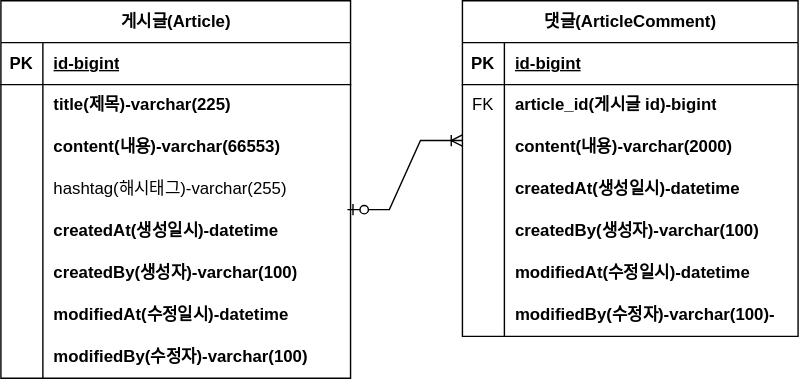
Above: document/제목 없는 다이어그램.drawio.svg in js-kim-arc/fastcampus-second (draw.io), before the change. Source tidied: cells renumbered, new cells last; positions are measured from the earlier drawing's top-left corner, leaving out a move shared by most shapes.
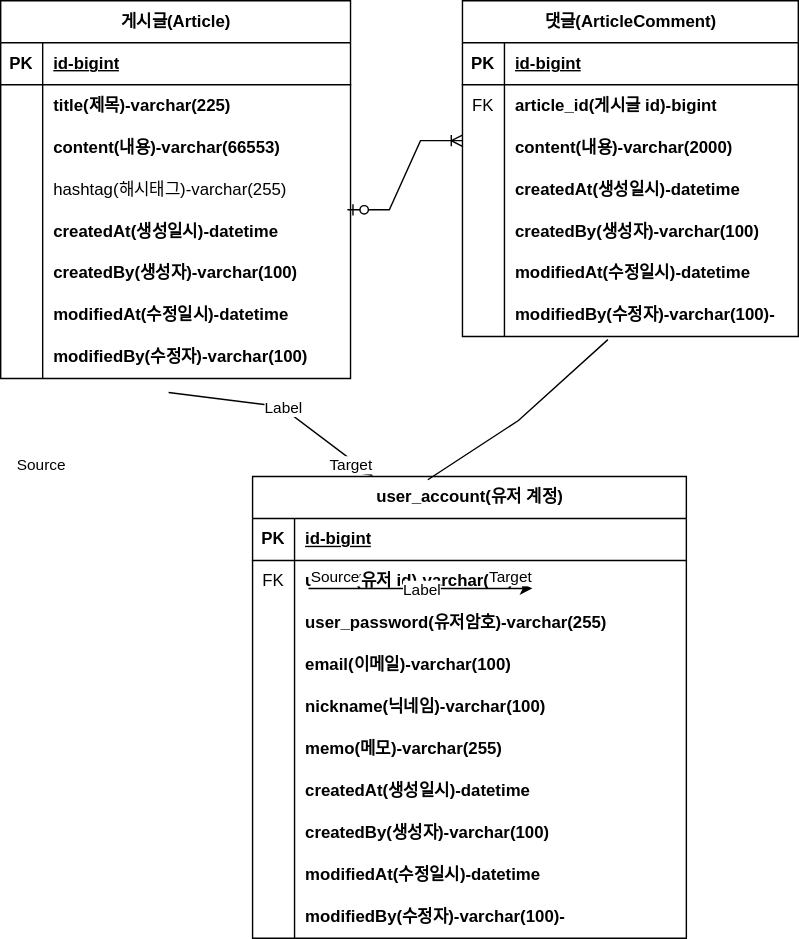
The same diagram one commit later.

Commit message:
제목 없는 다이어그램.drawio.svg 업데이트

Change to the diagram source:
```diff
@@ -148,5 +148,140 @@
         <mxPoint x="330" y="100" as="targetPoint" />
       </mxGeometry>
     </mxCell>
+    <mxCell id="50" value="user_account(유저 계정)" style="shape=table;startSize=30;rowLines=0;fontStyle=1;align=center;html=1;" parent="1" vertex="1">
+      <mxGeometry x="180" y="340" width="310" height="330" as="geometry" />
+    </mxCell>
+    <mxCell id="51" style="shape=tableRow;horizontal=0;startSize=0;swimlaneHead=0;swimlaneBody=0;fillColor=none;top=0;left=0;right=0;bottom=1;" parent="50" vertex="1">
+      <mxGeometry y="30" width="310" height="30" as="geometry" />
+    </mxCell>
+    <mxCell id="52" value="PK" style="shape=partialRectangle;fillColor=none;top=0;left=0;bottom=0;right=0;fontStyle=1;overflow=hidden;whiteSpace=wrap;html=1;" parent="51" vertex="1">
+      <mxGeometry width="30" height="30" as="geometry" />
+    </mxCell>
+    <mxCell id="53" value="id-bigint" style="shape=partialRectangle;fillColor=none;top=0;left=0;bottom=0;right=0;align=left;spacingLeft=6;fontStyle=5;overflow=hidden;whiteSpace=wrap;html=1;" parent="51" vertex="1">
+      <mxGeometry x="30" width="280" height="30" as="geometry" />
+    </mxCell>
+    <mxCell id="54" style="shape=tableRow;horizontal=0;startSize=0;swimlaneHead=0;swimlaneBody=0;fillColor=none;top=0;left=0;right=0;bottom=0;" parent="50" vertex="1">
+      <mxGeometry y="60" width="310" height="30" as="geometry" />
+    </mxCell>
+    <mxCell id="55" value="FK" style="shape=partialRectangle;fillColor=none;top=0;left=0;bottom=0;right=0;overflow=hidden;whiteSpace=wrap;html=1;" parent="54" vertex="1">
+      <mxGeometry width="30" height="30" as="geometry" />
+    </mxCell>
+    <mxCell id="56" value="userid(유저 id)-varchar(50)" style="shape=partialRectangle;fillColor=none;top=0;left=0;bottom=0;right=0;align=left;spacingLeft=6;overflow=hidden;whiteSpace=wrap;html=1;fontStyle=1;" parent="54" vertex="1">
+      <mxGeometry x="30" width="280" height="30" as="geometry" />
+    </mxCell>
+    <mxCell id="57" style="shape=tableRow;horizontal=0;startSize=0;swimlaneHead=0;swimlaneBody=0;fillColor=none;top=0;left=0;right=0;bottom=0;" parent="50" vertex="1">
+      <mxGeometry y="90" width="310" height="30" as="geometry" />
+    </mxCell>
+    <mxCell id="58" style="shape=partialRectangle;fillColor=none;top=0;left=0;bottom=0;right=0;overflow=hidden;whiteSpace=wrap;html=1;" parent="57" vertex="1">
+      <mxGeometry width="30" height="30" as="geometry" />
+    </mxCell>
+    <mxCell id="59" value="user_password(유저암호)-varchar(255)" style="shape=partialRectangle;fillColor=none;top=0;left=0;bottom=0;right=0;align=left;spacingLeft=6;overflow=hidden;whiteSpace=wrap;html=1;fontStyle=1;" parent="57" vertex="1">
+      <mxGeometry x="30" width="280" height="30" as="geometry" />
+    </mxCell>
+    <mxCell id="60" style="shape=tableRow;horizontal=0;startSize=0;swimlaneHead=0;swimlaneBody=0;fillColor=none;top=0;left=0;right=0;bottom=0;" parent="50" vertex="1">
+      <mxGeometry y="120" width="310" height="30" as="geometry" />
+    </mxCell>
+    <mxCell id="61" style="shape=partialRectangle;fillColor=none;top=0;left=0;bottom=0;right=0;overflow=hidden;whiteSpace=wrap;html=1;" parent="60" vertex="1">
+      <mxGeometry width="30" height="30" as="geometry" />
+    </mxCell>
+    <mxCell id="62" value="email(이메일)-varchar(100)" style="shape=partialRectangle;fillColor=none;top=0;left=0;bottom=0;right=0;align=left;spacingLeft=6;overflow=hidden;whiteSpace=wrap;html=1;fontStyle=1;" parent="60" vertex="1">
+      <mxGeometry x="30" width="280" height="30" as="geometry" />
+    </mxCell>
+    <mxCell id="63" style="shape=tableRow;horizontal=0;startSize=0;swimlaneHead=0;swimlaneBody=0;fillColor=none;top=0;left=0;right=0;bottom=0;" parent="50" vertex="1">
+      <mxGeometry y="150" width="310" height="30" as="geometry" />
+    </mxCell>
+    <mxCell id="64" style="shape=partialRectangle;fillColor=none;top=0;left=0;bottom=0;right=0;overflow=hidden;whiteSpace=wrap;html=1;" parent="63" vertex="1">
+      <mxGeometry width="30" height="30" as="geometry" />
+    </mxCell>
+    <mxCell id="65" value="nickname(닉네임)-varchar(100)" style="shape=partialRectangle;fillColor=none;top=0;left=0;bottom=0;right=0;align=left;spacingLeft=6;overflow=hidden;whiteSpace=wrap;html=1;fontStyle=1;" parent="63" vertex="1">
+      <mxGeometry x="30" width="280" height="30" as="geometry" />
+    </mxCell>
+    <mxCell id="66" style="shape=tableRow;horizontal=0;startSize=0;swimlaneHead=0;swimlaneBody=0;fillColor=none;top=0;left=0;right=0;bottom=0;" parent="50" vertex="1">
+      <mxGeometry y="180" width="310" height="30" as="geometry" />
+    </mxCell>
+    <mxCell id="67" style="shape=partialRectangle;fillColor=none;top=0;left=0;bottom=0;right=0;overflow=hidden;whiteSpace=wrap;html=1;" parent="66" vertex="1">
+      <mxGeometry width="30" height="30" as="geometry" />
+    </mxCell>
+    <mxCell id="68" value="memo(메모)-varchar(255)&lt;span style=&quot;white-space: pre;&quot;&gt;&#9;&lt;/span&gt;" style="shape=partialRectangle;fillColor=none;top=0;left=0;bottom=0;right=0;align=left;spacingLeft=6;overflow=hidden;whiteSpace=wrap;html=1;fontStyle=1;" parent="66" vertex="1">
+      <mxGeometry x="30" width="280" height="30" as="geometry" />
+    </mxCell>
+    <mxCell id="69" style="shape=tableRow;horizontal=0;startSize=0;swimlaneHead=0;swimlaneBody=0;fillColor=none;top=0;left=0;right=0;bottom=0;" parent="50" vertex="1">
+      <mxGeometry y="210" width="310" height="30" as="geometry" />
+    </mxCell>
+    <mxCell id="70" style="shape=partialRectangle;fillColor=none;top=0;left=0;bottom=0;right=0;overflow=hidden;whiteSpace=wrap;html=1;" parent="69" vertex="1">
+      <mxGeometry width="30" height="30" as="geometry" />
+    </mxCell>
+    <mxCell id="71" value="createdAt(생성일시)-datetime" style="shape=partialRectangle;fillColor=none;top=0;left=0;bottom=0;right=0;align=left;spacingLeft=6;overflow=hidden;whiteSpace=wrap;html=1;fontStyle=1;" parent="69" vertex="1">
+      <mxGeometry x="30" width="280" height="30" as="geometry" />
+    </mxCell>
+    <mxCell id="72" style="shape=tableRow;horizontal=0;startSize=0;swimlaneHead=0;swimlaneBody=0;fillColor=none;top=0;left=0;right=0;bottom=0;" parent="50" vertex="1">
+      <mxGeometry y="240" width="310" height="30" as="geometry" />
+    </mxCell>
+    <mxCell id="73" style="shape=partialRectangle;fillColor=none;top=0;left=0;bottom=0;right=0;overflow=hidden;whiteSpace=wrap;html=1;" parent="72" vertex="1">
+      <mxGeometry width="30" height="30" as="geometry" />
+    </mxCell>
+    <mxCell id="74" value="createdBy(생성자)-varchar(100)" style="shape=partialRectangle;fillColor=none;top=0;left=0;bottom=0;right=0;align=left;spacingLeft=6;overflow=hidden;whiteSpace=wrap;html=1;fontStyle=1;" parent="72" vertex="1">
+      <mxGeometry x="30" width="280" height="30" as="geometry" />
+    </mxCell>
+    <mxCell id="75" style="shape=tableRow;horizontal=0;startSize=0;swimlaneHead=0;swimlaneBody=0;fillColor=none;top=0;left=0;right=0;bottom=0;" parent="50" vertex="1">
+      <mxGeometry y="270" width="310" height="30" as="geometry" />
+    </mxCell>
+    <mxCell id="76" style="shape=partialRectangle;fillColor=none;top=0;left=0;bottom=0;right=0;overflow=hidden;whiteSpace=wrap;html=1;" parent="75" vertex="1">
+      <mxGeometry width="30" height="30" as="geometry" />
+    </mxCell>
+    <mxCell id="77" value="modifiedAt(수정일시)-datetime" style="shape=partialRectangle;fillColor=none;top=0;left=0;bottom=0;right=0;align=left;spacingLeft=6;overflow=hidden;whiteSpace=wrap;html=1;fontStyle=1;" parent="75" vertex="1">
+      <mxGeometry x="30" width="280" height="30" as="geometry" />
+    </mxCell>
+    <mxCell id="78" style="shape=tableRow;horizontal=0;startSize=0;swimlaneHead=0;swimlaneBody=0;fillColor=none;top=0;left=0;right=0;bottom=0;" parent="50" vertex="1">
+      <mxGeometry y="300" width="310" height="30" as="geometry" />
+    </mxCell>
+    <mxCell id="79" style="shape=partialRectangle;fillColor=none;top=0;left=0;bottom=0;right=0;overflow=hidden;whiteSpace=wrap;html=1;" parent="78" vertex="1">
+      <mxGeometry width="30" height="30" as="geometry" />
+    </mxCell>
+    <mxCell id="80" value="modifiedBy(수정자)-varchar(100)-" style="shape=partialRectangle;fillColor=none;top=0;left=0;bottom=0;right=0;align=left;spacingLeft=6;overflow=hidden;whiteSpace=wrap;html=1;fontStyle=1;" parent="78" vertex="1">
+      <mxGeometry x="30" width="280" height="30" as="geometry" />
+    </mxCell>
+    <mxCell id="81" style="endArrow=none;html=1;rounded=0;exitX=0.404;exitY=0.007;exitDx=0;exitDy=0;exitPerimeter=0;entryX=0.433;entryY=1.073;entryDx=0;entryDy=0;entryPerimeter=0;" parent="1" edge="1" source="50" target="46">
+      <mxGeometry relative="1" as="geometry">
+        <Array as="points">
+          <mxPoint x="370" y="300" />
+        </Array>
+      </mxGeometry>
+    </mxCell>
+    <mxCell id="82" style="endArrow=classic;html=1;rounded=0;" parent="1" edge="1">
+      <mxGeometry relative="1" as="geometry">
+        <mxPoint x="220" y="420" as="sourcePoint" />
+        <mxPoint x="380" y="420" as="targetPoint" />
+      </mxGeometry>
+    </mxCell>
+    <mxCell id="83" value="Label" style="edgeLabel;html=1;align=center;verticalAlign=middle;" parent="82" vertex="1">
+      <mxGeometry relative="1" as="geometry" />
+    </mxCell>
+    <mxCell id="84" value="Source" style="edgeLabel;html=1;align=left;verticalAlign=bottom;" parent="82" vertex="1">
+      <mxGeometry x="-1" relative="1" as="geometry" />
+    </mxCell>
+    <mxCell id="85" value="Target" style="edgeLabel;html=1;align=right;verticalAlign=bottom;" parent="82" vertex="1">
+      <mxGeometry x="1" relative="1" as="geometry" />
+    </mxCell>
+    <mxCell id="86" style="endArrow=classic;html=1;rounded=0;entryX=0.277;entryY=-0.001;entryDx=0;entryDy=0;entryPerimeter=0;" parent="1" edge="1" target="50">
+      <mxGeometry relative="1" as="geometry">
+        <mxPoint x="120" y="280" as="sourcePoint" />
+        <Array as="points">
+          <mxPoint x="120" y="280" />
+          <mxPoint x="200" y="290" />
+        </Array>
+      </mxGeometry>
+    </mxCell>
+    <mxCell id="87" value="Label" style="edgeLabel;html=1;align=center;verticalAlign=middle;" parent="86" vertex="1">
+      <mxGeometry relative="1" as="geometry" />
+    </mxCell>
+    <mxCell id="88" value="Source" style="edgeLabel;html=1;align=left;verticalAlign=bottom;" parent="86" vertex="1">
+      <mxGeometry x="-1" relative="1" as="geometry">
+        <mxPoint x="-110" y="60" as="offset" />
+      </mxGeometry>
+    </mxCell>
+    <mxCell id="89" value="Target" style="edgeLabel;html=1;align=right;verticalAlign=bottom;" parent="86" vertex="1">
+      <mxGeometry x="1" relative="1" as="geometry" />
+    </mxCell>
   </root>
 </mxGraphModel>
```
